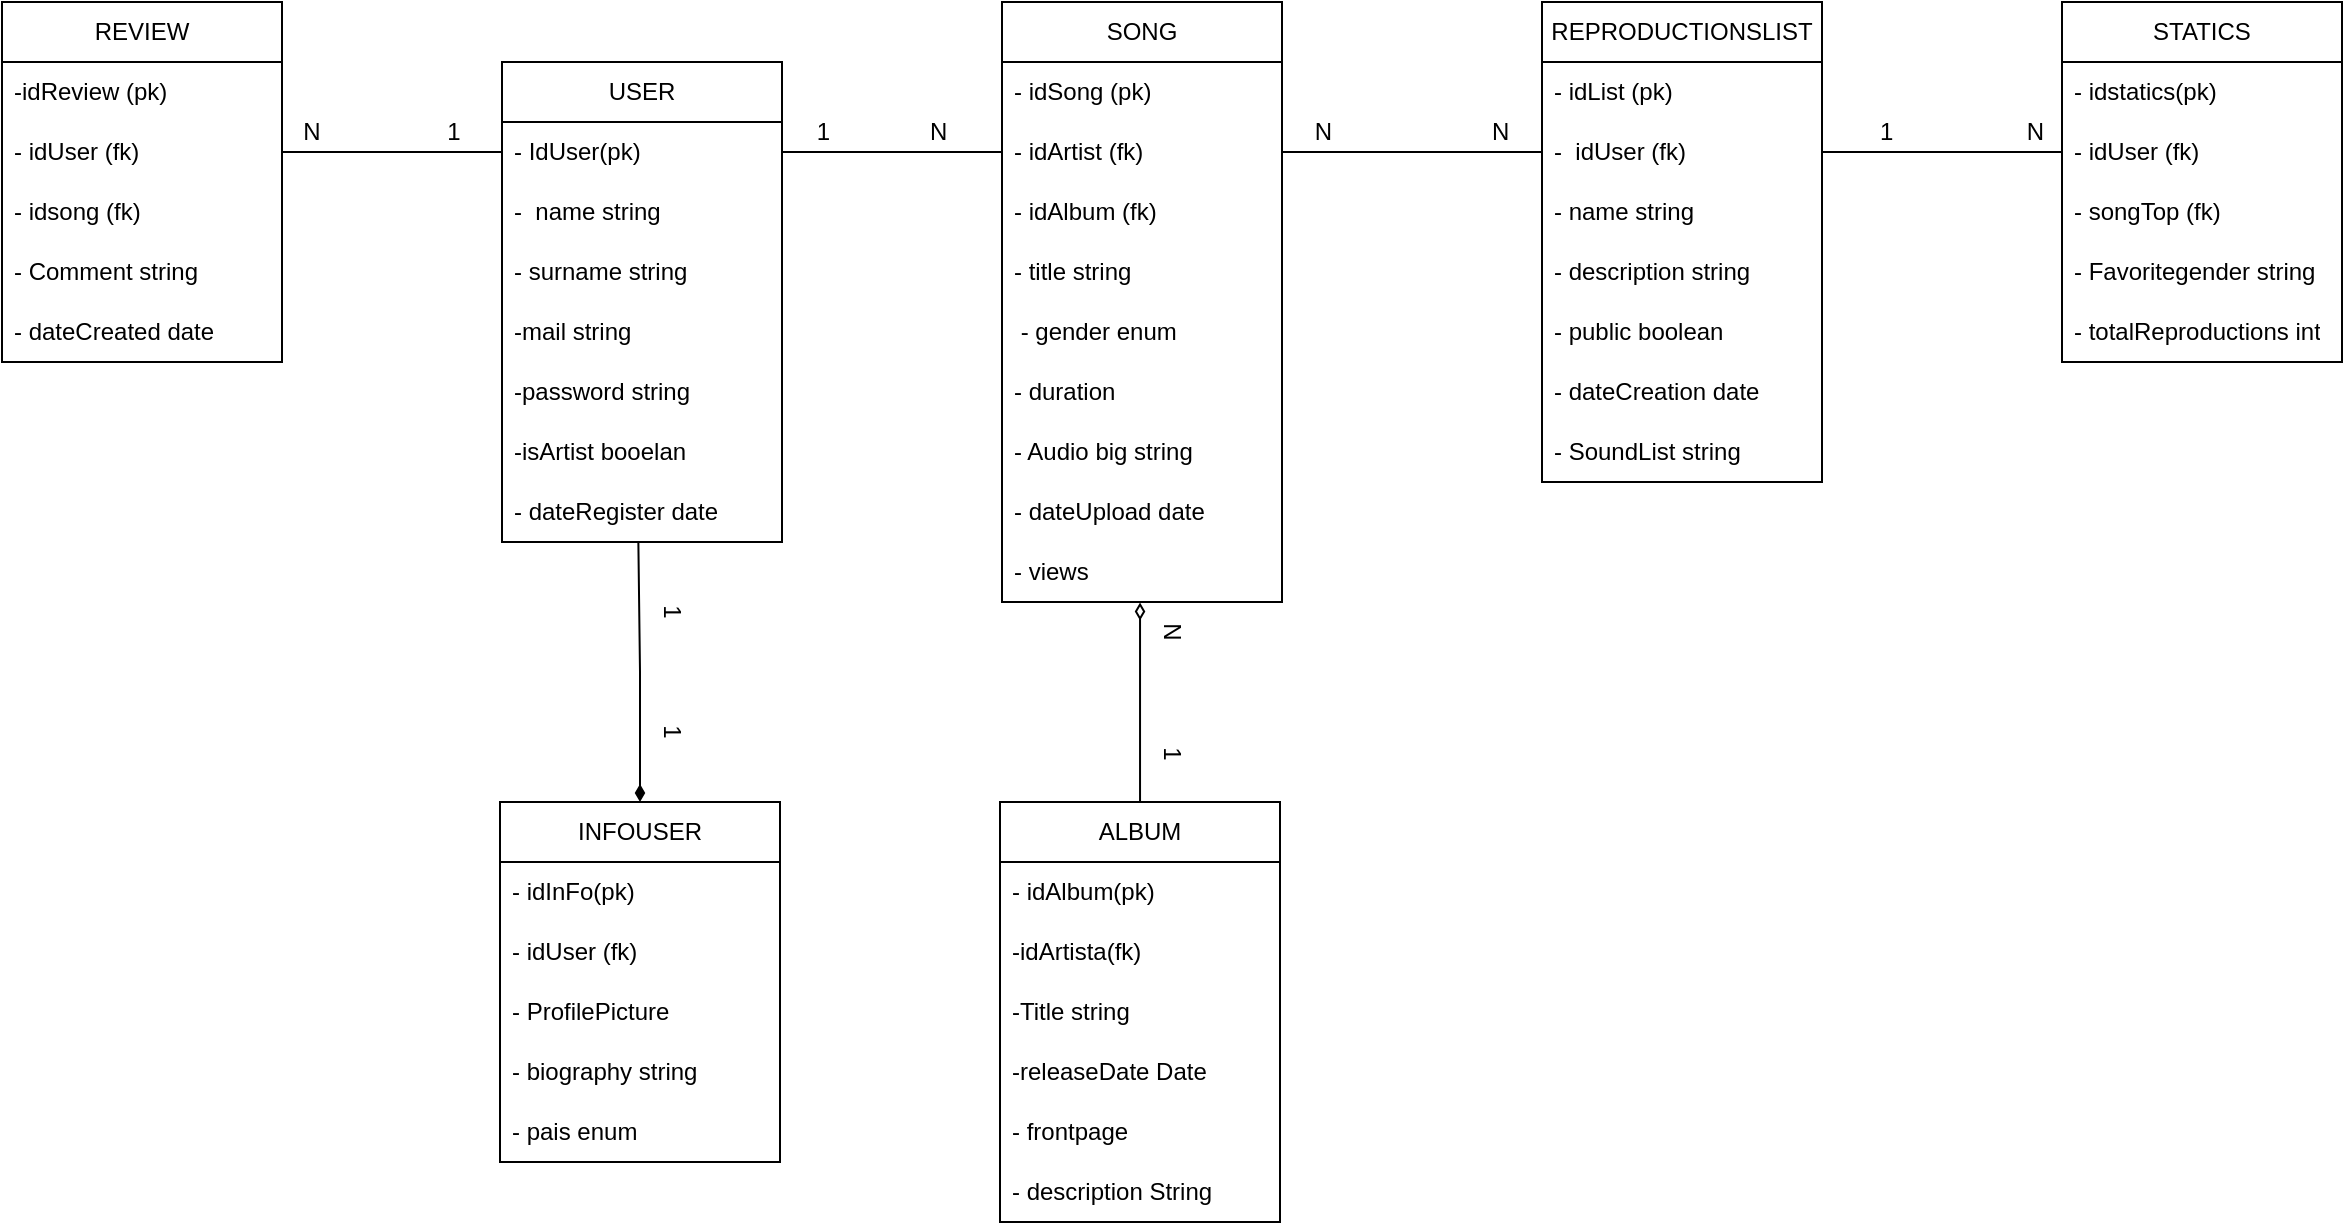
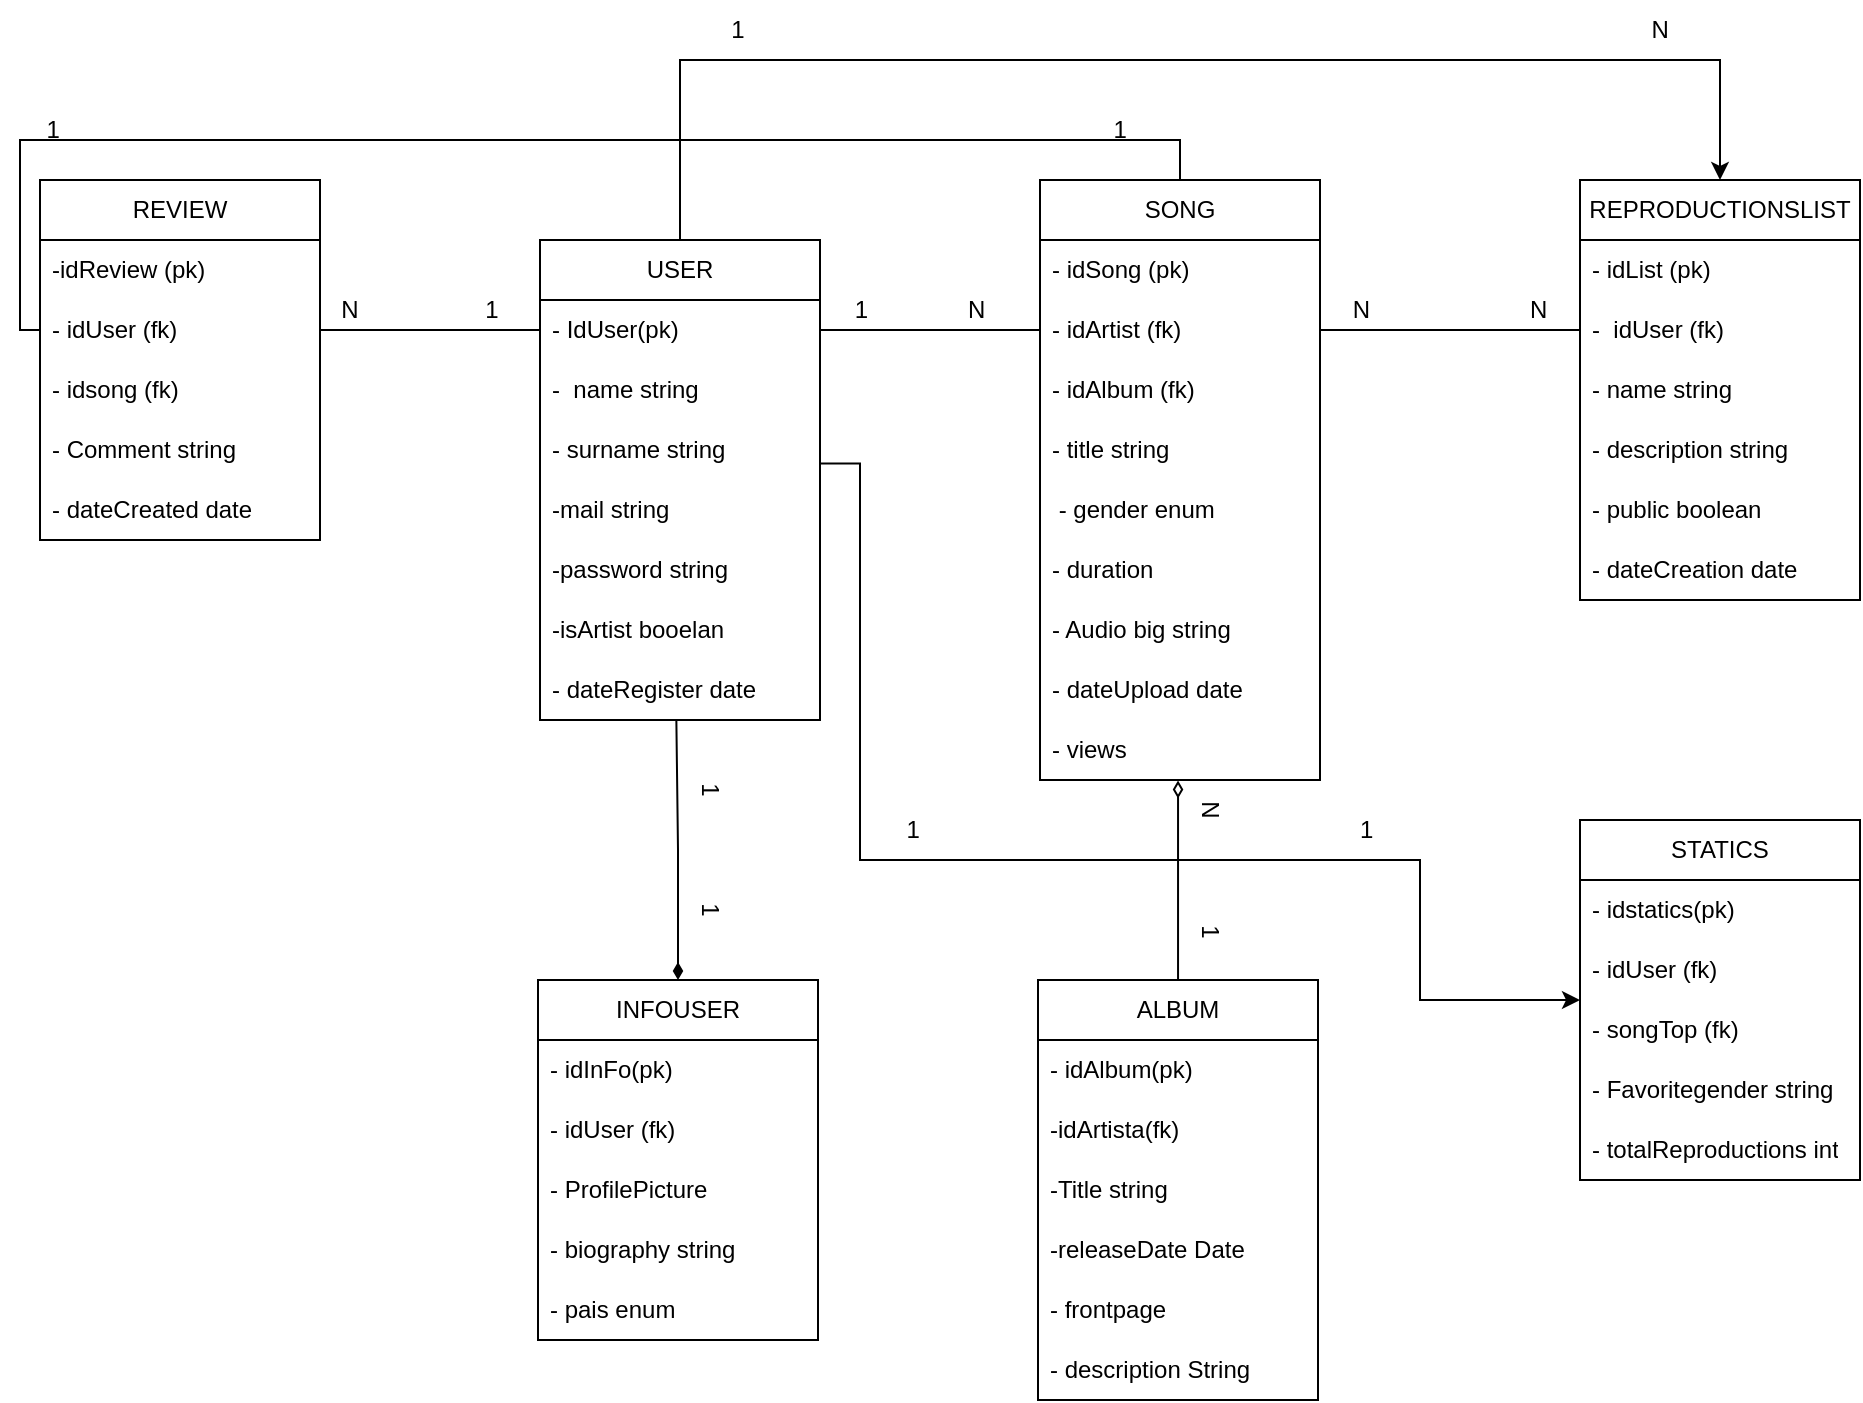
<mxfile host="app.diagrams.net">
  <diagram name="Página-1" id="IFowCD6b-9v4pJWhxhe2">
-     <mxGraphModel dx="2133" dy="677" grid="1" gridSize="10" guides="1" tooltips="1" connect="1" arrows="1" fold="1" page="1" pageScale="1" pageWidth="827" pageHeight="1169" math="0" shadow="0">
+     <mxGraphModel dx="3055" dy="2323" grid="1" gridSize="10" guides="1" tooltips="1" connect="1" arrows="1" fold="1" page="1" pageScale="1" pageWidth="827" pageHeight="1169" math="0" shadow="0">
      <root>
        <mxCell id="0" />
        <mxCell id="1" parent="0" />
+         <mxCell id="3_5nxueGWUal9s6jtsgR-3" edge="1" parent="1" source="vSDs07a0KQLIDE2VfkgZ-1" style="edgeStyle=orthogonalEdgeStyle;rounded=0;orthogonalLoop=1;jettySize=auto;html=1;entryX=0.5;entryY=0;entryDx=0;entryDy=0;" target="vSDs07a0KQLIDE2VfkgZ-9">
+           <mxGeometry relative="1" as="geometry">
+             <Array as="points">
+               <mxPoint x="110" y="-30" />
+               <mxPoint x="630" y="-30" />
+             </Array>
+           </mxGeometry>
+         </mxCell>
        <mxCell id="vSDs07a0KQLIDE2VfkgZ-1" parent="1" style="swimlane;fontStyle=0;childLayout=stackLayout;horizontal=1;startSize=30;horizontalStack=0;resizeParent=1;resizeParentMax=0;resizeLast=0;collapsible=1;marginBottom=0;whiteSpace=wrap;html=1;" value="USER" vertex="1">
          <mxGeometry height="240" width="140" x="40" y="60" as="geometry" />
        </mxCell>
        <mxCell id="vSDs07a0KQLIDE2VfkgZ-2" parent="vSDs07a0KQLIDE2VfkgZ-1" style="text;strokeColor=none;fillColor=none;align=left;verticalAlign=middle;spacingLeft=4;spacingRight=4;overflow=hidden;points=[[0,0.5],[1,0.5]];portConstraint=eastwest;rotatable=0;whiteSpace=wrap;html=1;" value="- IdUser(pk)" vertex="1">
          <mxGeometry height="30" width="140" y="30" as="geometry" />
        </mxCell>
        <mxCell id="vSDs07a0KQLIDE2VfkgZ-3" parent="vSDs07a0KQLIDE2VfkgZ-1" style="text;strokeColor=none;fillColor=none;align=left;verticalAlign=middle;spacingLeft=4;spacingRight=4;overflow=hidden;points=[[0,0.5],[1,0.5]];portConstraint=eastwest;rotatable=0;whiteSpace=wrap;html=1;" value="-&amp;nbsp; name string" vertex="1">
          <mxGeometry height="30" width="140" y="60" as="geometry" />
        </mxCell>
        <mxCell id="vSDs07a0KQLIDE2VfkgZ-4" parent="vSDs07a0KQLIDE2VfkgZ-1" style="text;strokeColor=none;fillColor=none;align=left;verticalAlign=middle;spacingLeft=4;spacingRight=4;overflow=hidden;points=[[0,0.5],[1,0.5]];portConstraint=eastwest;rotatable=0;whiteSpace=wrap;html=1;" value="- surname string" vertex="1">
          <mxGeometry height="30" width="140" y="90" as="geometry" />
        </mxCell>
        <mxCell id="vSDs07a0KQLIDE2VfkgZ-17" parent="vSDs07a0KQLIDE2VfkgZ-1" style="text;strokeColor=none;fillColor=none;align=left;verticalAlign=middle;spacingLeft=4;spacingRight=4;overflow=hidden;points=[[0,0.5],[1,0.5]];portConstraint=eastwest;rotatable=0;whiteSpace=wrap;html=1;" value="-mail string" vertex="1">
          <mxGeometry height="30" width="140" y="120" as="geometry" />
        </mxCell>
        <mxCell id="vSDs07a0KQLIDE2VfkgZ-18" parent="vSDs07a0KQLIDE2VfkgZ-1" style="text;strokeColor=none;fillColor=none;align=left;verticalAlign=middle;spacingLeft=4;spacingRight=4;overflow=hidden;points=[[0,0.5],[1,0.5]];portConstraint=eastwest;rotatable=0;whiteSpace=wrap;html=1;" value="-password string" vertex="1">
          <mxGeometry height="30" width="140" y="150" as="geometry" />
        </mxCell>
        <mxCell id="vSDs07a0KQLIDE2VfkgZ-19" parent="vSDs07a0KQLIDE2VfkgZ-1" style="text;strokeColor=none;fillColor=none;align=left;verticalAlign=middle;spacingLeft=4;spacingRight=4;overflow=hidden;points=[[0,0.5],[1,0.5]];portConstraint=eastwest;rotatable=0;whiteSpace=wrap;html=1;" value="-isArtist booelan" vertex="1">
          <mxGeometry height="30" width="140" y="180" as="geometry" />
        </mxCell>
        <mxCell id="vSDs07a0KQLIDE2VfkgZ-20" parent="vSDs07a0KQLIDE2VfkgZ-1" style="text;strokeColor=none;fillColor=none;align=left;verticalAlign=middle;spacingLeft=4;spacingRight=4;overflow=hidden;points=[[0,0.5],[1,0.5]];portConstraint=eastwest;rotatable=0;whiteSpace=wrap;html=1;" value="- dateRegister date" vertex="1">
          <mxGeometry height="30" width="140" y="210" as="geometry" />
        </mxCell>
        <mxCell id="vSDs07a0KQLIDE2VfkgZ-5" parent="1" style="swimlane;fontStyle=0;childLayout=stackLayout;horizontal=1;startSize=30;horizontalStack=0;resizeParent=1;resizeParentMax=0;resizeLast=0;collapsible=1;marginBottom=0;whiteSpace=wrap;html=1;" value="STATICS" vertex="1">
-           <mxGeometry height="180" width="140" x="820" y="30" as="geometry" />
+           <mxGeometry height="180" width="140" x="560" y="350" as="geometry" />
        </mxCell>
        <mxCell id="vSDs07a0KQLIDE2VfkgZ-6" parent="vSDs07a0KQLIDE2VfkgZ-5" style="text;strokeColor=none;fillColor=none;align=left;verticalAlign=middle;spacingLeft=4;spacingRight=4;overflow=hidden;points=[[0,0.5],[1,0.5]];portConstraint=eastwest;rotatable=0;whiteSpace=wrap;html=1;" value="- idstatics(pk)" vertex="1">
          <mxGeometry height="30" width="140" y="30" as="geometry" />
        </mxCell>
        <mxCell id="vSDs07a0KQLIDE2VfkgZ-7" parent="vSDs07a0KQLIDE2VfkgZ-5" style="text;strokeColor=none;fillColor=none;align=left;verticalAlign=middle;spacingLeft=4;spacingRight=4;overflow=hidden;points=[[0,0.5],[1,0.5]];portConstraint=eastwest;rotatable=0;whiteSpace=wrap;html=1;" value="- idUser (fk)" vertex="1">
          <mxGeometry height="30" width="140" y="60" as="geometry" />
        </mxCell>
        <mxCell id="vSDs07a0KQLIDE2VfkgZ-8" parent="vSDs07a0KQLIDE2VfkgZ-5" style="text;strokeColor=none;fillColor=none;align=left;verticalAlign=middle;spacingLeft=4;spacingRight=4;overflow=hidden;points=[[0,0.5],[1,0.5]];portConstraint=eastwest;rotatable=0;whiteSpace=wrap;html=1;" value="- songTop (fk)" vertex="1">
          <mxGeometry height="30" width="140" y="90" as="geometry" />
        </mxCell>
        <mxCell id="vSDs07a0KQLIDE2VfkgZ-49" parent="vSDs07a0KQLIDE2VfkgZ-5" style="text;strokeColor=none;fillColor=none;align=left;verticalAlign=middle;spacingLeft=4;spacingRight=4;overflow=hidden;points=[[0,0.5],[1,0.5]];portConstraint=eastwest;rotatable=0;whiteSpace=wrap;html=1;" value="- Favoritegender string" vertex="1">
          <mxGeometry height="30" width="140" y="120" as="geometry" />
        </mxCell>
        <mxCell id="vSDs07a0KQLIDE2VfkgZ-50" parent="vSDs07a0KQLIDE2VfkgZ-5" style="text;strokeColor=none;fillColor=none;align=left;verticalAlign=middle;spacingLeft=4;spacingRight=4;overflow=hidden;points=[[0,0.5],[1,0.5]];portConstraint=eastwest;rotatable=0;whiteSpace=wrap;html=1;" value="- totalReproductions int" vertex="1">
          <mxGeometry height="30" width="140" y="150" as="geometry" />
        </mxCell>
        <mxCell id="vSDs07a0KQLIDE2VfkgZ-9" parent="1" style="swimlane;fontStyle=0;childLayout=stackLayout;horizontal=1;startSize=30;horizontalStack=0;resizeParent=1;resizeParentMax=0;resizeLast=0;collapsible=1;marginBottom=0;whiteSpace=wrap;html=1;" value="REPRODUCTIONSLIST" vertex="1">
-           <mxGeometry height="240" width="140" x="560" y="30" as="geometry" />
+           <mxGeometry height="210" width="140" x="560" y="30" as="geometry" />
        </mxCell>
        <mxCell id="vSDs07a0KQLIDE2VfkgZ-10" parent="vSDs07a0KQLIDE2VfkgZ-9" style="text;strokeColor=none;fillColor=none;align=left;verticalAlign=middle;spacingLeft=4;spacingRight=4;overflow=hidden;points=[[0,0.5],[1,0.5]];portConstraint=eastwest;rotatable=0;whiteSpace=wrap;html=1;" value="- idList (pk)" vertex="1">
          <mxGeometry height="30" width="140" y="30" as="geometry" />
        </mxCell>
        <mxCell id="vSDs07a0KQLIDE2VfkgZ-11" parent="vSDs07a0KQLIDE2VfkgZ-9" style="text;strokeColor=none;fillColor=none;align=left;verticalAlign=middle;spacingLeft=4;spacingRight=4;overflow=hidden;points=[[0,0.5],[1,0.5]];portConstraint=eastwest;rotatable=0;whiteSpace=wrap;html=1;" value="-&amp;nbsp; idUser (fk)" vertex="1">
          <mxGeometry height="30" width="140" y="60" as="geometry" />
        </mxCell>
        <mxCell id="vSDs07a0KQLIDE2VfkgZ-12" parent="vSDs07a0KQLIDE2VfkgZ-9" style="text;strokeColor=none;fillColor=none;align=left;verticalAlign=middle;spacingLeft=4;spacingRight=4;overflow=hidden;points=[[0,0.5],[1,0.5]];portConstraint=eastwest;rotatable=0;whiteSpace=wrap;html=1;" value="- name string" vertex="1">
          <mxGeometry height="30" width="140" y="90" as="geometry" />
        </mxCell>
        <mxCell id="vSDs07a0KQLIDE2VfkgZ-45" parent="vSDs07a0KQLIDE2VfkgZ-9" style="text;strokeColor=none;fillColor=none;align=left;verticalAlign=middle;spacingLeft=4;spacingRight=4;overflow=hidden;points=[[0,0.5],[1,0.5]];portConstraint=eastwest;rotatable=0;whiteSpace=wrap;html=1;" value="- description string" vertex="1">
          <mxGeometry height="30" width="140" y="120" as="geometry" />
        </mxCell>
        <mxCell id="vSDs07a0KQLIDE2VfkgZ-46" parent="vSDs07a0KQLIDE2VfkgZ-9" style="text;strokeColor=none;fillColor=none;align=left;verticalAlign=middle;spacingLeft=4;spacingRight=4;overflow=hidden;points=[[0,0.5],[1,0.5]];portConstraint=eastwest;rotatable=0;whiteSpace=wrap;html=1;" value="- public boolean" vertex="1">
          <mxGeometry height="30" width="140" y="150" as="geometry" />
        </mxCell>
        <mxCell id="vSDs07a0KQLIDE2VfkgZ-47" parent="vSDs07a0KQLIDE2VfkgZ-9" style="text;strokeColor=none;fillColor=none;align=left;verticalAlign=middle;spacingLeft=4;spacingRight=4;overflow=hidden;points=[[0,0.5],[1,0.5]];portConstraint=eastwest;rotatable=0;whiteSpace=wrap;html=1;" value="- dateCreation date" vertex="1">
          <mxGeometry height="30" width="140" y="180" as="geometry" />
-         </mxCell>
-         <mxCell id="vSDs07a0KQLIDE2VfkgZ-75" parent="vSDs07a0KQLIDE2VfkgZ-9" style="text;strokeColor=none;fillColor=none;align=left;verticalAlign=middle;spacingLeft=4;spacingRight=4;overflow=hidden;points=[[0,0.5],[1,0.5]];portConstraint=eastwest;rotatable=0;whiteSpace=wrap;html=1;" value="- SoundList string" vertex="1">
-           <mxGeometry height="30" width="140" y="210" as="geometry" />
        </mxCell>
        <mxCell id="vSDs07a0KQLIDE2VfkgZ-13" parent="1" style="swimlane;fontStyle=0;childLayout=stackLayout;horizontal=1;startSize=30;horizontalStack=0;resizeParent=1;resizeParentMax=0;resizeLast=0;collapsible=1;marginBottom=0;whiteSpace=wrap;html=1;" value="SONG" vertex="1">
          <mxGeometry height="300" width="140" x="290" y="30" as="geometry" />
        </mxCell>
        <mxCell id="vSDs07a0KQLIDE2VfkgZ-14" parent="vSDs07a0KQLIDE2VfkgZ-13" style="text;strokeColor=none;fillColor=none;align=left;verticalAlign=middle;spacingLeft=4;spacingRight=4;overflow=hidden;points=[[0,0.5],[1,0.5]];portConstraint=eastwest;rotatable=0;whiteSpace=wrap;html=1;" value="- idSong (pk)" vertex="1">
          <mxGeometry height="30" width="140" y="30" as="geometry" />
        </mxCell>
        <mxCell id="vSDs07a0KQLIDE2VfkgZ-15" parent="vSDs07a0KQLIDE2VfkgZ-13" style="text;strokeColor=none;fillColor=none;align=left;verticalAlign=middle;spacingLeft=4;spacingRight=4;overflow=hidden;points=[[0,0.5],[1,0.5]];portConstraint=eastwest;rotatable=0;whiteSpace=wrap;html=1;" value="- idArtist (fk)" vertex="1">
          <mxGeometry height="30" width="140" y="60" as="geometry" />
        </mxCell>
        <mxCell id="vSDs07a0KQLIDE2VfkgZ-16" parent="vSDs07a0KQLIDE2VfkgZ-13" style="text;strokeColor=none;fillColor=none;align=left;verticalAlign=middle;spacingLeft=4;spacingRight=4;overflow=hidden;points=[[0,0.5],[1,0.5]];portConstraint=eastwest;rotatable=0;whiteSpace=wrap;html=1;" value="- idAlbum (fk)" vertex="1">
          <mxGeometry height="30" width="140" y="90" as="geometry" />
        </mxCell>
        <mxCell id="vSDs07a0KQLIDE2VfkgZ-29" parent="vSDs07a0KQLIDE2VfkgZ-13" style="text;strokeColor=none;fillColor=none;align=left;verticalAlign=middle;spacingLeft=4;spacingRight=4;overflow=hidden;points=[[0,0.5],[1,0.5]];portConstraint=eastwest;rotatable=0;whiteSpace=wrap;html=1;" value="- title string" vertex="1">
          <mxGeometry height="30" width="140" y="120" as="geometry" />
        </mxCell>
        <mxCell id="vSDs07a0KQLIDE2VfkgZ-30" parent="vSDs07a0KQLIDE2VfkgZ-13" style="text;strokeColor=none;fillColor=none;align=left;verticalAlign=middle;spacingLeft=4;spacingRight=4;overflow=hidden;points=[[0,0.5],[1,0.5]];portConstraint=eastwest;rotatable=0;whiteSpace=wrap;html=1;" value="&amp;nbsp;- gender enum" vertex="1">
          <mxGeometry height="30" width="140" y="150" as="geometry" />
        </mxCell>
        <mxCell id="vSDs07a0KQLIDE2VfkgZ-31" parent="vSDs07a0KQLIDE2VfkgZ-13" style="text;strokeColor=none;fillColor=none;align=left;verticalAlign=middle;spacingLeft=4;spacingRight=4;overflow=hidden;points=[[0,0.5],[1,0.5]];portConstraint=eastwest;rotatable=0;whiteSpace=wrap;html=1;" value="- duration" vertex="1">
          <mxGeometry height="30" width="140" y="180" as="geometry" />
        </mxCell>
        <mxCell id="vSDs07a0KQLIDE2VfkgZ-32" parent="vSDs07a0KQLIDE2VfkgZ-13" style="text;strokeColor=none;fillColor=none;align=left;verticalAlign=middle;spacingLeft=4;spacingRight=4;overflow=hidden;points=[[0,0.5],[1,0.5]];portConstraint=eastwest;rotatable=0;whiteSpace=wrap;html=1;" value="- Audio big string" vertex="1">
          <mxGeometry height="30" width="140" y="210" as="geometry" />
        </mxCell>
        <mxCell id="vSDs07a0KQLIDE2VfkgZ-33" parent="vSDs07a0KQLIDE2VfkgZ-13" style="text;strokeColor=none;fillColor=none;align=left;verticalAlign=middle;spacingLeft=4;spacingRight=4;overflow=hidden;points=[[0,0.5],[1,0.5]];portConstraint=eastwest;rotatable=0;whiteSpace=wrap;html=1;" value="- dateUpload date" vertex="1">
          <mxGeometry height="30" width="140" y="240" as="geometry" />
        </mxCell>
        <mxCell id="vSDs07a0KQLIDE2VfkgZ-43" parent="vSDs07a0KQLIDE2VfkgZ-13" style="text;strokeColor=none;fillColor=none;align=left;verticalAlign=middle;spacingLeft=4;spacingRight=4;overflow=hidden;points=[[0,0.5],[1,0.5]];portConstraint=eastwest;rotatable=0;whiteSpace=wrap;html=1;" value="- views" vertex="1">
          <mxGeometry height="30" width="140" y="270" as="geometry" />
        </mxCell>
        <mxCell id="vSDs07a0KQLIDE2VfkgZ-52" parent="1" style="swimlane;fontStyle=0;childLayout=stackLayout;horizontal=1;startSize=30;horizontalStack=0;resizeParent=1;resizeParentMax=0;resizeLast=0;collapsible=1;marginBottom=0;whiteSpace=wrap;html=1;" value="INFOUSER" vertex="1">
          <mxGeometry height="180" width="140" x="39" y="430" as="geometry" />
        </mxCell>
        <mxCell id="vSDs07a0KQLIDE2VfkgZ-53" parent="vSDs07a0KQLIDE2VfkgZ-52" style="text;strokeColor=none;fillColor=none;align=left;verticalAlign=middle;spacingLeft=4;spacingRight=4;overflow=hidden;points=[[0,0.5],[1,0.5]];portConstraint=eastwest;rotatable=0;whiteSpace=wrap;html=1;" value="- idInFo(pk)" vertex="1">
          <mxGeometry height="30" width="140" y="30" as="geometry" />
        </mxCell>
        <mxCell id="vSDs07a0KQLIDE2VfkgZ-54" parent="vSDs07a0KQLIDE2VfkgZ-52" style="text;strokeColor=none;fillColor=none;align=left;verticalAlign=middle;spacingLeft=4;spacingRight=4;overflow=hidden;points=[[0,0.5],[1,0.5]];portConstraint=eastwest;rotatable=0;whiteSpace=wrap;html=1;" value="- idUser (fk)" vertex="1">
          <mxGeometry height="30" width="140" y="60" as="geometry" />
        </mxCell>
        <mxCell id="vSDs07a0KQLIDE2VfkgZ-55" parent="vSDs07a0KQLIDE2VfkgZ-52" style="text;strokeColor=none;fillColor=none;align=left;verticalAlign=middle;spacingLeft=4;spacingRight=4;overflow=hidden;points=[[0,0.5],[1,0.5]];portConstraint=eastwest;rotatable=0;whiteSpace=wrap;html=1;" value="- ProfilePicture" vertex="1">
          <mxGeometry height="30" width="140" y="90" as="geometry" />
        </mxCell>
        <mxCell id="vSDs07a0KQLIDE2VfkgZ-56" parent="vSDs07a0KQLIDE2VfkgZ-52" style="text;strokeColor=none;fillColor=none;align=left;verticalAlign=middle;spacingLeft=4;spacingRight=4;overflow=hidden;points=[[0,0.5],[1,0.5]];portConstraint=eastwest;rotatable=0;whiteSpace=wrap;html=1;" value="- biography string" vertex="1">
          <mxGeometry height="30" width="140" y="120" as="geometry" />
        </mxCell>
        <mxCell id="vSDs07a0KQLIDE2VfkgZ-57" parent="vSDs07a0KQLIDE2VfkgZ-52" style="text;strokeColor=none;fillColor=none;align=left;verticalAlign=middle;spacingLeft=4;spacingRight=4;overflow=hidden;points=[[0,0.5],[1,0.5]];portConstraint=eastwest;rotatable=0;whiteSpace=wrap;html=1;" value="- pais enum" vertex="1">
          <mxGeometry height="30" width="140" y="150" as="geometry" />
        </mxCell>
        <mxCell id="vSDs07a0KQLIDE2VfkgZ-58" parent="1" style="swimlane;fontStyle=0;childLayout=stackLayout;horizontal=1;startSize=30;horizontalStack=0;resizeParent=1;resizeParentMax=0;resizeLast=0;collapsible=1;marginBottom=0;whiteSpace=wrap;html=1;" value="REVIEW" vertex="1">
          <mxGeometry height="180" width="140" x="-210" y="30" as="geometry" />
        </mxCell>
        <mxCell id="vSDs07a0KQLIDE2VfkgZ-59" parent="vSDs07a0KQLIDE2VfkgZ-58" style="text;strokeColor=none;fillColor=none;align=left;verticalAlign=middle;spacingLeft=4;spacingRight=4;overflow=hidden;points=[[0,0.5],[1,0.5]];portConstraint=eastwest;rotatable=0;whiteSpace=wrap;html=1;" value="-idReview (pk)" vertex="1">
          <mxGeometry height="30" width="140" y="30" as="geometry" />
        </mxCell>
        <mxCell id="vSDs07a0KQLIDE2VfkgZ-60" parent="vSDs07a0KQLIDE2VfkgZ-58" style="text;strokeColor=none;fillColor=none;align=left;verticalAlign=middle;spacingLeft=4;spacingRight=4;overflow=hidden;points=[[0,0.5],[1,0.5]];portConstraint=eastwest;rotatable=0;whiteSpace=wrap;html=1;" value="- idUser (fk)" vertex="1">
          <mxGeometry height="30" width="140" y="60" as="geometry" />
        </mxCell>
        <mxCell id="vSDs07a0KQLIDE2VfkgZ-61" parent="vSDs07a0KQLIDE2VfkgZ-58" style="text;strokeColor=none;fillColor=none;align=left;verticalAlign=middle;spacingLeft=4;spacingRight=4;overflow=hidden;points=[[0,0.5],[1,0.5]];portConstraint=eastwest;rotatable=0;whiteSpace=wrap;html=1;" value="- idsong (fk)" vertex="1">
          <mxGeometry height="30" width="140" y="90" as="geometry" />
        </mxCell>
        <mxCell id="vSDs07a0KQLIDE2VfkgZ-62" parent="vSDs07a0KQLIDE2VfkgZ-58" style="text;strokeColor=none;fillColor=none;align=left;verticalAlign=middle;spacingLeft=4;spacingRight=4;overflow=hidden;points=[[0,0.5],[1,0.5]];portConstraint=eastwest;rotatable=0;whiteSpace=wrap;html=1;" value="- Comment string" vertex="1">
          <mxGeometry height="30" width="140" y="120" as="geometry" />
        </mxCell>
        <mxCell id="vSDs07a0KQLIDE2VfkgZ-63" parent="vSDs07a0KQLIDE2VfkgZ-58" style="text;strokeColor=none;fillColor=none;align=left;verticalAlign=middle;spacingLeft=4;spacingRight=4;overflow=hidden;points=[[0,0.5],[1,0.5]];portConstraint=eastwest;rotatable=0;whiteSpace=wrap;html=1;" value="- dateCreated date" vertex="1">
          <mxGeometry height="30" width="140" y="150" as="geometry" />
        </mxCell>
        <mxCell id="vSDs07a0KQLIDE2VfkgZ-65" parent="1" style="swimlane;fontStyle=0;childLayout=stackLayout;horizontal=1;startSize=30;horizontalStack=0;resizeParent=1;resizeParentMax=0;resizeLast=0;collapsible=1;marginBottom=0;whiteSpace=wrap;html=1;" value="ALBUM" vertex="1">
          <mxGeometry height="210" width="140" x="289" y="430" as="geometry" />
        </mxCell>
        <mxCell id="vSDs07a0KQLIDE2VfkgZ-66" parent="vSDs07a0KQLIDE2VfkgZ-65" style="text;strokeColor=none;fillColor=none;align=left;verticalAlign=middle;spacingLeft=4;spacingRight=4;overflow=hidden;points=[[0,0.5],[1,0.5]];portConstraint=eastwest;rotatable=0;whiteSpace=wrap;html=1;" value="- idAlbum(pk)" vertex="1">
          <mxGeometry height="30" width="140" y="30" as="geometry" />
        </mxCell>
        <mxCell id="vSDs07a0KQLIDE2VfkgZ-67" parent="vSDs07a0KQLIDE2VfkgZ-65" style="text;strokeColor=none;fillColor=none;align=left;verticalAlign=middle;spacingLeft=4;spacingRight=4;overflow=hidden;points=[[0,0.5],[1,0.5]];portConstraint=eastwest;rotatable=0;whiteSpace=wrap;html=1;" value="-idArtista(fk)" vertex="1">
          <mxGeometry height="30" width="140" y="60" as="geometry" />
        </mxCell>
        <mxCell id="vSDs07a0KQLIDE2VfkgZ-68" parent="vSDs07a0KQLIDE2VfkgZ-65" style="text;strokeColor=none;fillColor=none;align=left;verticalAlign=middle;spacingLeft=4;spacingRight=4;overflow=hidden;points=[[0,0.5],[1,0.5]];portConstraint=eastwest;rotatable=0;whiteSpace=wrap;html=1;" value="-Title string" vertex="1">
          <mxGeometry height="30" width="140" y="90" as="geometry" />
        </mxCell>
        <mxCell id="vSDs07a0KQLIDE2VfkgZ-69" parent="vSDs07a0KQLIDE2VfkgZ-65" style="text;strokeColor=none;fillColor=none;align=left;verticalAlign=middle;spacingLeft=4;spacingRight=4;overflow=hidden;points=[[0,0.5],[1,0.5]];portConstraint=eastwest;rotatable=0;whiteSpace=wrap;html=1;" value="-releaseDate Date" vertex="1">
          <mxGeometry height="30" width="140" y="120" as="geometry" />
        </mxCell>
        <mxCell id="vSDs07a0KQLIDE2VfkgZ-70" parent="vSDs07a0KQLIDE2VfkgZ-65" style="text;strokeColor=none;fillColor=none;align=left;verticalAlign=middle;spacingLeft=4;spacingRight=4;overflow=hidden;points=[[0,0.5],[1,0.5]];portConstraint=eastwest;rotatable=0;whiteSpace=wrap;html=1;" value="- frontpage" vertex="1">
          <mxGeometry height="30" width="140" y="150" as="geometry" />
        </mxCell>
        <mxCell id="vSDs07a0KQLIDE2VfkgZ-71" parent="vSDs07a0KQLIDE2VfkgZ-65" style="text;strokeColor=none;fillColor=none;align=left;verticalAlign=middle;spacingLeft=4;spacingRight=4;overflow=hidden;points=[[0,0.5],[1,0.5]];portConstraint=eastwest;rotatable=0;whiteSpace=wrap;html=1;" value="- description String" vertex="1">
          <mxGeometry height="30" width="140" y="180" as="geometry" />
        </mxCell>
        <mxCell id="vSDs07a0KQLIDE2VfkgZ-72" edge="1" parent="1" source="vSDs07a0KQLIDE2VfkgZ-2" style="edgeStyle=orthogonalEdgeStyle;rounded=0;orthogonalLoop=1;jettySize=auto;html=1;endArrow=none;endFill=0;" target="vSDs07a0KQLIDE2VfkgZ-15">
          <mxGeometry relative="1" as="geometry" />
        </mxCell>
        <mxCell id="vSDs07a0KQLIDE2VfkgZ-73" parent="1" style="text;html=1;whiteSpace=wrap;strokeColor=none;fillColor=none;align=center;verticalAlign=middle;rounded=0;" value="1&amp;nbsp; &amp;nbsp; &amp;nbsp; &amp;nbsp; &amp;nbsp; &amp;nbsp; &amp;nbsp; &amp;nbsp;N" vertex="1">
          <mxGeometry height="30" width="120" x="170" y="80" as="geometry" />
        </mxCell>
        <mxCell id="vSDs07a0KQLIDE2VfkgZ-74" edge="1" parent="1" source="vSDs07a0KQLIDE2VfkgZ-15" style="edgeStyle=orthogonalEdgeStyle;rounded=0;orthogonalLoop=1;jettySize=auto;html=1;entryX=0;entryY=0.5;entryDx=0;entryDy=0;endArrow=none;endFill=0;" target="vSDs07a0KQLIDE2VfkgZ-11">
          <mxGeometry relative="1" as="geometry" />
        </mxCell>
        <mxCell id="vSDs07a0KQLIDE2VfkgZ-76" parent="1" style="text;html=1;whiteSpace=wrap;strokeColor=none;fillColor=none;align=center;verticalAlign=middle;rounded=0;" value="N&amp;nbsp; &amp;nbsp; &amp;nbsp; &amp;nbsp; &amp;nbsp; &amp;nbsp; &amp;nbsp; &amp;nbsp; &amp;nbsp; &amp;nbsp; &amp;nbsp; &amp;nbsp; N" vertex="1">
          <mxGeometry height="30" width="170" x="410" y="80" as="geometry" />
        </mxCell>
-         <mxCell id="vSDs07a0KQLIDE2VfkgZ-79" parent="1" style="text;html=1;whiteSpace=wrap;strokeColor=none;fillColor=none;align=center;verticalAlign=middle;rounded=0;" value="1&amp;nbsp; &amp;nbsp; &amp;nbsp; &amp;nbsp; &amp;nbsp; &amp;nbsp; &amp;nbsp; &amp;nbsp; &amp;nbsp; &amp;nbsp; N" vertex="1">
-           <mxGeometry height="30" width="140" x="700" y="80" as="geometry" />
-         </mxCell>
        <mxCell id="vSDs07a0KQLIDE2VfkgZ-80" edge="1" parent="1" source="vSDs07a0KQLIDE2VfkgZ-52" style="edgeStyle=orthogonalEdgeStyle;rounded=0;orthogonalLoop=1;jettySize=auto;html=1;entryX=0.487;entryY=1.003;entryDx=0;entryDy=0;entryPerimeter=0;endArrow=none;endFill=0;startArrow=diamondThin;startFill=1;" target="vSDs07a0KQLIDE2VfkgZ-20">
          <mxGeometry relative="1" as="geometry" />
        </mxCell>
        <mxCell id="vSDs07a0KQLIDE2VfkgZ-81" edge="1" parent="1" source="vSDs07a0KQLIDE2VfkgZ-65" style="edgeStyle=orthogonalEdgeStyle;rounded=0;orthogonalLoop=1;jettySize=auto;html=1;entryX=0.493;entryY=1.009;entryDx=0;entryDy=0;entryPerimeter=0;endArrow=diamondThin;endFill=0;" target="vSDs07a0KQLIDE2VfkgZ-43">
          <mxGeometry relative="1" as="geometry" />
        </mxCell>
        <mxCell id="vSDs07a0KQLIDE2VfkgZ-82" parent="1" style="text;html=1;whiteSpace=wrap;strokeColor=none;fillColor=none;align=center;verticalAlign=middle;rounded=0;rotation=90;" value="1&amp;nbsp; &amp;nbsp; &amp;nbsp; &amp;nbsp; &amp;nbsp; &amp;nbsp; &amp;nbsp; &amp;nbsp; 1" vertex="1">
          <mxGeometry height="30" width="90" x="80" y="350" as="geometry" />
        </mxCell>
        <mxCell id="vSDs07a0KQLIDE2VfkgZ-83" parent="1" style="text;html=1;whiteSpace=wrap;strokeColor=none;fillColor=none;align=center;verticalAlign=middle;rounded=0;rotation=90;" value="N&amp;nbsp; &amp;nbsp; &amp;nbsp; &amp;nbsp; &amp;nbsp; &amp;nbsp; &amp;nbsp; &amp;nbsp; 1" vertex="1">
          <mxGeometry height="30" width="90" x="330" y="360" as="geometry" />
        </mxCell>
-         <mxCell id="vSDs07a0KQLIDE2VfkgZ-84" edge="1" parent="1" source="vSDs07a0KQLIDE2VfkgZ-11" style="edgeStyle=orthogonalEdgeStyle;rounded=0;orthogonalLoop=1;jettySize=auto;html=1;entryX=0;entryY=0.5;entryDx=0;entryDy=0;endArrow=none;endFill=0;" target="vSDs07a0KQLIDE2VfkgZ-7" value="">
-           <mxGeometry relative="1" as="geometry" />
-         </mxCell>
        <mxCell id="vSDs07a0KQLIDE2VfkgZ-85" edge="1" parent="1" source="vSDs07a0KQLIDE2VfkgZ-2" style="edgeStyle=orthogonalEdgeStyle;rounded=0;orthogonalLoop=1;jettySize=auto;html=1;entryX=1;entryY=0.5;entryDx=0;entryDy=0;endArrow=none;endFill=0;" target="vSDs07a0KQLIDE2VfkgZ-60" value="">
          <mxGeometry relative="1" as="geometry" />
        </mxCell>
        <mxCell id="vSDs07a0KQLIDE2VfkgZ-86" parent="1" style="text;html=1;whiteSpace=wrap;strokeColor=none;fillColor=none;align=center;verticalAlign=middle;rounded=0;" value="N&amp;nbsp; &amp;nbsp; &amp;nbsp; &amp;nbsp; &amp;nbsp; &amp;nbsp; &amp;nbsp; &amp;nbsp; &amp;nbsp; &amp;nbsp;1" vertex="1">
          <mxGeometry height="30" width="120" x="-80" y="80" as="geometry" />
+         </mxCell>
+         <mxCell id="3_5nxueGWUal9s6jtsgR-1" edge="1" parent="1" source="vSDs07a0KQLIDE2VfkgZ-60" style="edgeStyle=orthogonalEdgeStyle;rounded=0;orthogonalLoop=1;jettySize=auto;html=1;entryX=0.5;entryY=0;entryDx=0;entryDy=0;endArrow=none;endFill=0;" target="vSDs07a0KQLIDE2VfkgZ-13">
+           <mxGeometry relative="1" as="geometry">
+             <Array as="points">
+               <mxPoint x="-220" y="105" />
+               <mxPoint x="-220" y="10" />
+               <mxPoint x="360" y="10" />
+             </Array>
+           </mxGeometry>
+         </mxCell>
+         <mxCell id="3_5nxueGWUal9s6jtsgR-2" parent="1" style="text;html=1;whiteSpace=wrap;strokeColor=none;fillColor=none;align=center;verticalAlign=middle;rounded=0;" value="1&amp;nbsp; &amp;nbsp; &amp;nbsp; &amp;nbsp; &amp;nbsp; &amp;nbsp; &amp;nbsp; &amp;nbsp; &amp;nbsp; &amp;nbsp; &amp;nbsp; &amp;nbsp; &amp;nbsp; &amp;nbsp; &amp;nbsp; &amp;nbsp; &amp;nbsp; &amp;nbsp; &amp;nbsp; &amp;nbsp; &amp;nbsp; &amp;nbsp; &amp;nbsp; &amp;nbsp; &amp;nbsp; &amp;nbsp; &amp;nbsp; &amp;nbsp; &amp;nbsp; &amp;nbsp; &amp;nbsp; &amp;nbsp; &amp;nbsp; &amp;nbsp; &amp;nbsp; &amp;nbsp; &amp;nbsp; &amp;nbsp; &amp;nbsp; &amp;nbsp; &amp;nbsp; &amp;nbsp; &amp;nbsp; &amp;nbsp; &amp;nbsp; &amp;nbsp; &amp;nbsp; &amp;nbsp; &amp;nbsp; &amp;nbsp; &amp;nbsp; &amp;nbsp; &amp;nbsp; &amp;nbsp; &amp;nbsp; &amp;nbsp; &amp;nbsp; &amp;nbsp; &amp;nbsp; &amp;nbsp; &amp;nbsp; &amp;nbsp; &amp;nbsp; &amp;nbsp; &amp;nbsp; &amp;nbsp; &amp;nbsp; &amp;nbsp; &amp;nbsp; &amp;nbsp; &amp;nbsp; &amp;nbsp; &amp;nbsp; &amp;nbsp; &amp;nbsp; &amp;nbsp; &amp;nbsp; &amp;nbsp; &amp;nbsp; 1&amp;nbsp;" vertex="1">
+           <mxGeometry height="30" width="590" x="-230" y="-10" as="geometry" />
+         </mxCell>
+         <mxCell id="3_5nxueGWUal9s6jtsgR-4" parent="1" style="text;html=1;whiteSpace=wrap;strokeColor=none;fillColor=none;align=center;verticalAlign=middle;rounded=0;" value="1&amp;nbsp; &amp;nbsp; &amp;nbsp; &amp;nbsp; &amp;nbsp; &amp;nbsp; &amp;nbsp; &amp;nbsp; &amp;nbsp; &amp;nbsp; &amp;nbsp; &amp;nbsp; &amp;nbsp; &amp;nbsp; &amp;nbsp; &amp;nbsp; &amp;nbsp; &amp;nbsp; &amp;nbsp; &amp;nbsp; &amp;nbsp; &amp;nbsp; &amp;nbsp; &amp;nbsp; &amp;nbsp; &amp;nbsp; &amp;nbsp; &amp;nbsp; &amp;nbsp; &amp;nbsp; &amp;nbsp; &amp;nbsp; &amp;nbsp; &amp;nbsp; &amp;nbsp; &amp;nbsp; &amp;nbsp; &amp;nbsp; &amp;nbsp; &amp;nbsp; &amp;nbsp; &amp;nbsp; &amp;nbsp; &amp;nbsp; &amp;nbsp; &amp;nbsp; &amp;nbsp; &amp;nbsp; &amp;nbsp; &amp;nbsp; &amp;nbsp; &amp;nbsp; &amp;nbsp; &amp;nbsp; &amp;nbsp; &amp;nbsp; &amp;nbsp; &amp;nbsp; &amp;nbsp; &amp;nbsp; &amp;nbsp; &amp;nbsp; &amp;nbsp; &amp;nbsp; &amp;nbsp; &amp;nbsp; &amp;nbsp; &amp;nbsp; N" vertex="1">
+           <mxGeometry height="30" width="500" x="120" y="-60" as="geometry" />
+         </mxCell>
+         <mxCell id="3_5nxueGWUal9s6jtsgR-5" edge="1" parent="1" source="vSDs07a0KQLIDE2VfkgZ-4" style="edgeStyle=orthogonalEdgeStyle;rounded=0;orthogonalLoop=1;jettySize=auto;html=1;exitX=0.999;exitY=0.726;exitDx=0;exitDy=0;exitPerimeter=0;" target="vSDs07a0KQLIDE2VfkgZ-5">
+           <mxGeometry relative="1" as="geometry">
+             <Array as="points">
+               <mxPoint x="200" y="172" />
+               <mxPoint x="200" y="370" />
+               <mxPoint x="480" y="370" />
+               <mxPoint x="480" y="440" />
+             </Array>
+             <mxPoint x="500" y="440" as="targetPoint" />
+           </mxGeometry>
+         </mxCell>
+         <mxCell id="3_5nxueGWUal9s6jtsgR-7" parent="1" style="text;html=1;whiteSpace=wrap;strokeColor=none;fillColor=none;align=center;verticalAlign=middle;rounded=0;" value="1&amp;nbsp; &amp;nbsp; &amp;nbsp; &amp;nbsp; &amp;nbsp; &amp;nbsp; &amp;nbsp; &amp;nbsp; &amp;nbsp; &amp;nbsp; &amp;nbsp; &amp;nbsp; &amp;nbsp; &amp;nbsp; &amp;nbsp; &amp;nbsp; &amp;nbsp; &amp;nbsp; &amp;nbsp; &amp;nbsp; &amp;nbsp; &amp;nbsp; &amp;nbsp; &amp;nbsp; &amp;nbsp; &amp;nbsp; &amp;nbsp; &amp;nbsp; &amp;nbsp; &amp;nbsp; &amp;nbsp; &amp;nbsp; &amp;nbsp; 1" vertex="1">
+           <mxGeometry height="30" width="240" x="220" y="340" as="geometry" />
        </mxCell>
      </root>
    </mxGraphModel>
  </diagram>
</mxfile>
